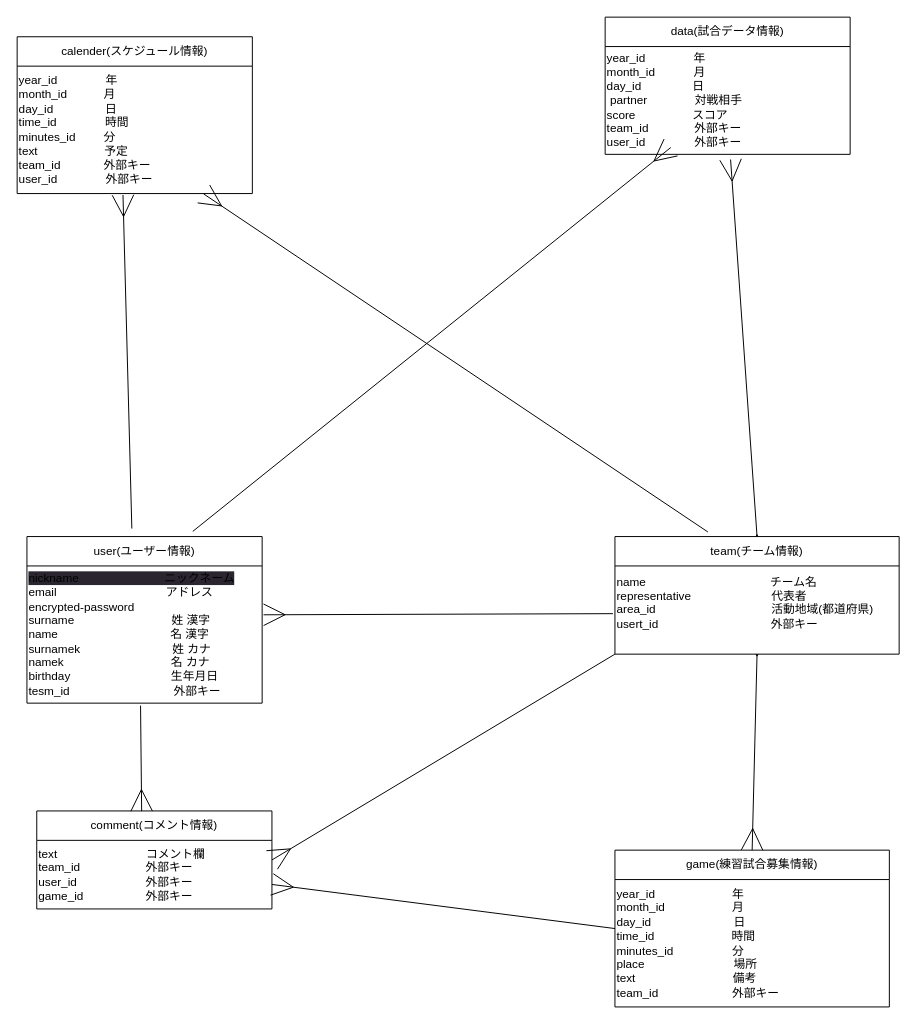
This is test.dio from arakikeita/soccer-team, a draw.io file, before an edit. Source tidied: cells renumbered, new cells numbered last; positions are measured from the earlier drawing's top-left corner, leaving out a move shared by most shapes. Both pictures are drawn from the tidied source at 98%, with x=0, y=0 at pixel (17, 17).
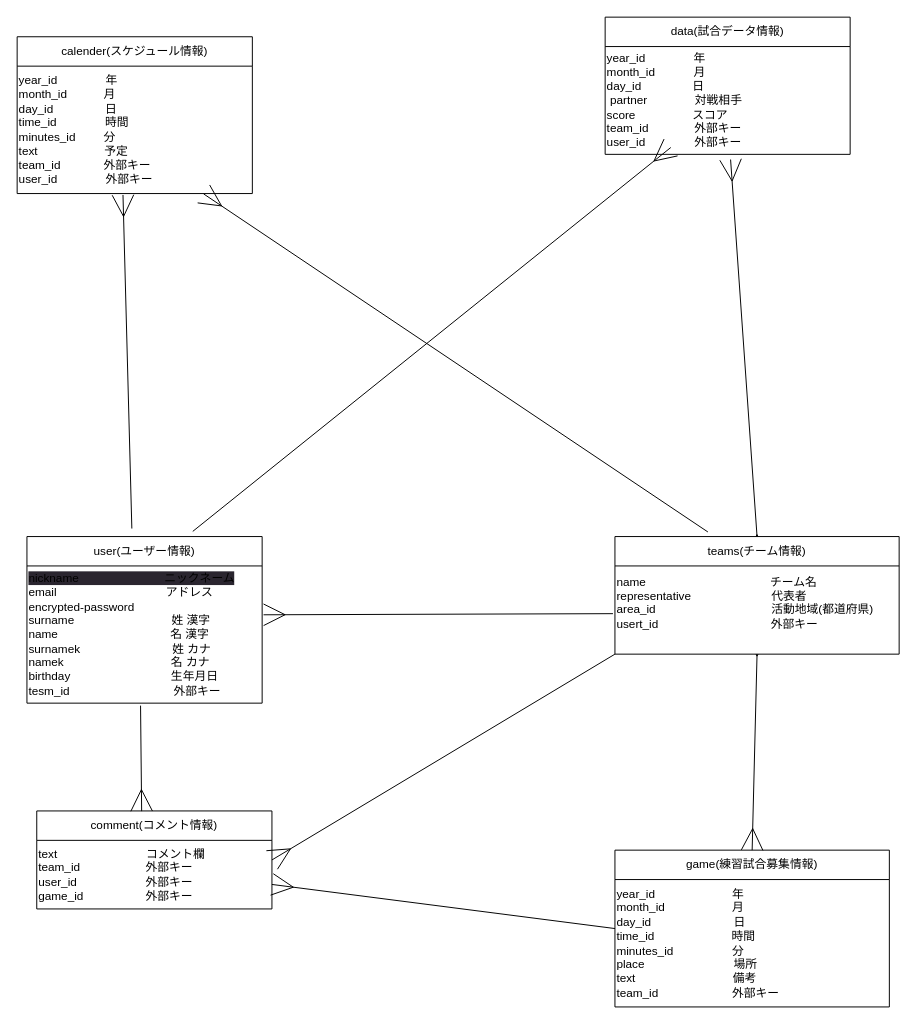
The same page after the edit.

Change to the diagram source:
```diff
@@
-    <mxCell id="4" value="team(チーム情報)" style="swimlane;fontStyle=0;horizontal=1;startSize=30;whiteSpace=wrap;html=1;" parent="1" vertex="1">
+    <mxCell id="4" value="teams(チーム情報)" style="swimlane;fontStyle=0;horizontal=1;startSize=30;whiteSpace=wrap;html=1;" parent="1" vertex="1">
       <mxGeometry x="610" y="530" width="290" height="120" as="geometry" />
     </mxCell>
```
